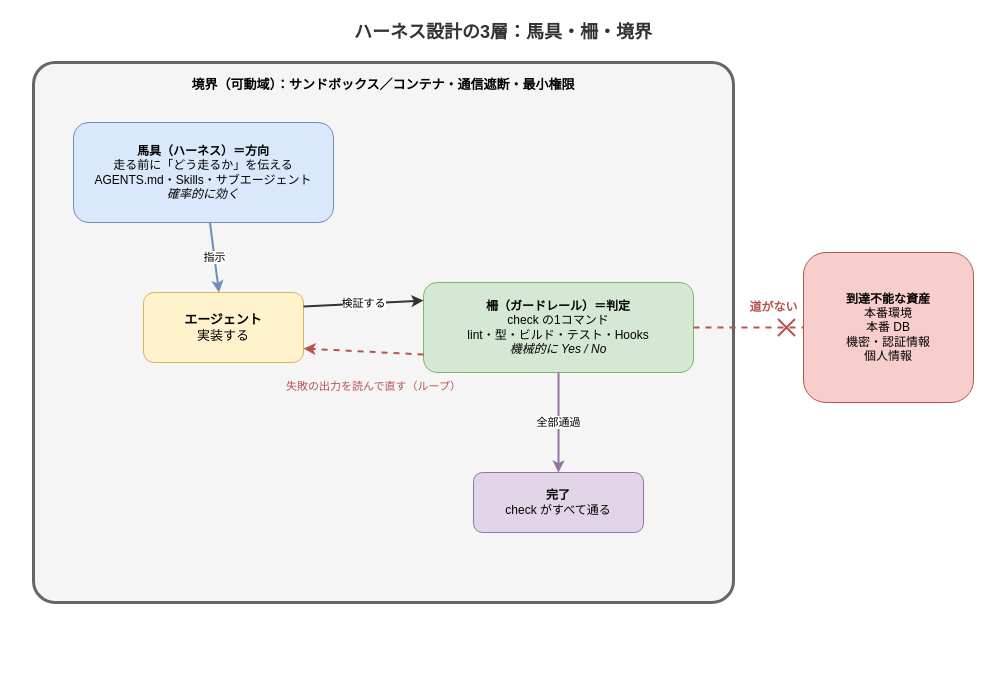
Before: static/images/harness-design-intro-three-layers.drawio in hdknr/blogs, a draw.io diagram. Source tidied: cells renumbered, new cells numbered last; positions are measured from the earlier drawing's top-left corner, leaving out a move shared by most shapes. Both pictures are drawn from the tidied source at 100%, with x=0, y=0 at pixel (33, 17).
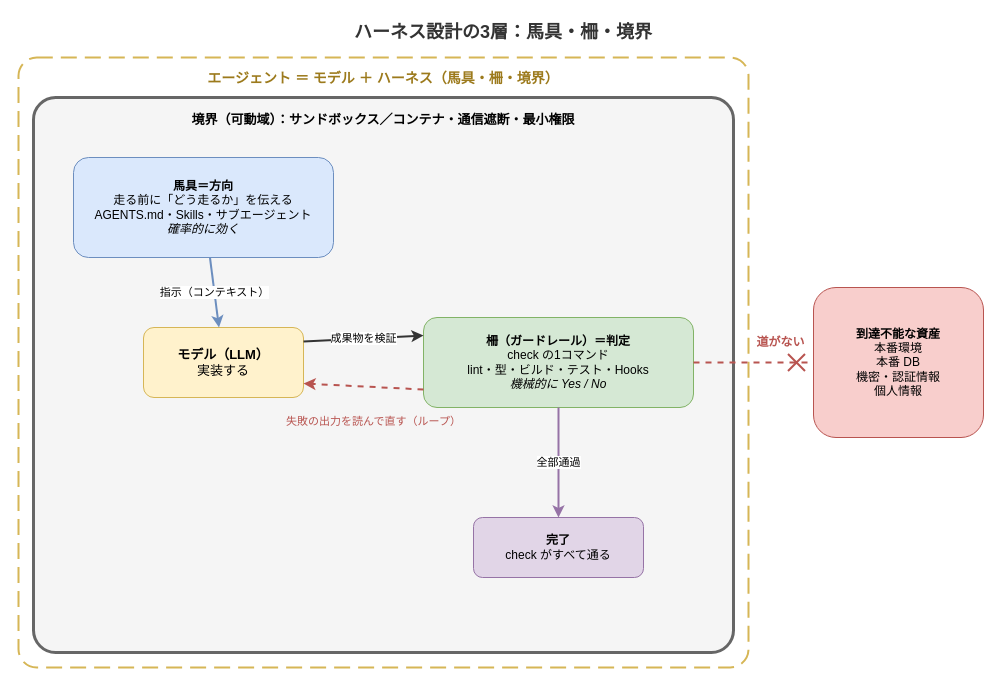
The same diagram, later.

Commit message (it also covers changes not shown here):
3層の図をエージェント＝モデル＋ハーネスに合わせて修正

What changed in the source:
```diff
@@
 <mxGraphModel>
   <root>
     <mxCell id="0" />
     <mxCell id="1" parent="0" />
     <mxCell id="2" value="ハーネス設計の3層：馬具・柵・境界" style="text;html=1;fontSize=18;fontStyle=1;align=center;verticalAlign=middle;whiteSpace=wrap;fontColor=#333333;" parent="1" vertex="1">
       <mxGeometry x="220" width="500" height="30" as="geometry" />
     </mxCell>
+    <mxCell id="16" value="エージェント ＝ モデル ＋ ハーネス（馬具・柵・境界）" style="rounded=1;whiteSpace=wrap;html=1;fillColor=none;strokeColor=#d6b656;strokeWidth=2;dashed=1;dashPattern=8 4;fontStyle=1;fontSize=14;fontColor=#9c7a1c;verticalAlign=top;spacingTop=6;arcSize=3;" parent="1" vertex="1">
+      <mxGeometry x="-15" y="40" width="730" height="610" as="geometry" />
+    </mxCell>
     <mxCell id="3" value="境界（可動域）：サンドボックス／コンテナ・通信遮断・最小権限" style="rounded=1;whiteSpace=wrap;html=1;fillColor=#f5f5f5;strokeColor=#666666;strokeWidth=3;fontStyle=1;fontSize=13;verticalAlign=top;spacingTop=8;arcSize=4;" parent="1" vertex="1">
-      <mxGeometry y="45" width="700" height="540" as="geometry" />
+      <mxGeometry y="80" width="700" height="555" as="geometry" />
     </mxCell>
-    <mxCell id="4" value="&lt;b&gt;馬具（ハーネス）＝方向&lt;/b&gt;&lt;br&gt;走る前に「どう走るか」を伝える&lt;br&gt;AGENTS.md・Skills・サブエージェント&lt;br&gt;&lt;i&gt;確率的に効く&lt;/i&gt;" style="rounded=1;whiteSpace=wrap;html=1;fillColor=#dae8fc;strokeColor=#6c8ebf;fontSize=12;" parent="1" vertex="1">
-      <mxGeometry x="40" y="105" width="260" height="100" as="geometry" />
+    <mxCell id="4" value="&lt;b&gt;馬具＝方向&lt;/b&gt;&lt;br&gt;走る前に「どう走るか」を伝える&lt;br&gt;AGENTS.md・Skills・サブエージェント&lt;br&gt;&lt;i&gt;確率的に効く&lt;/i&gt;" style="rounded=1;whiteSpace=wrap;html=1;fillColor=#dae8fc;strokeColor=#6c8ebf;fontSize=12;" parent="1" vertex="1">
+      <mxGeometry x="40" y="140" width="260" height="100" as="geometry" />
     </mxCell>
-    <mxCell id="5" value="&lt;b&gt;エージェント&lt;/b&gt;&lt;br&gt;実装する" style="rounded=1;whiteSpace=wrap;html=1;fillColor=#fff2cc;strokeColor=#d6b656;fontSize=13;" parent="1" vertex="1">
-      <mxGeometry x="110" y="275" width="160" height="70" as="geometry" />
-    </mxCell>
+    <mxCell id="17" value="&lt;b&gt;モデル（LLM）&lt;/b&gt;&lt;br&gt;実装する" style="rounded=1;whiteSpace=wrap;html=1;fillColor=#fff2cc;strokeColor=#d6b656;fontSize=13;" parent="1" vertex="1">
+      <mxGeometry x="110" y="310" width="160" height="70" as="geometry" />
+    </mxCell>
     <mxCell id="6" value="&lt;b&gt;柵（ガードレール）＝判定&lt;/b&gt;&lt;br&gt;check の1コマンド&lt;br&gt;lint・型・ビルド・テスト・Hooks&lt;br&gt;&lt;i&gt;機械的に Yes / No&lt;/i&gt;" style="rounded=1;whiteSpace=wrap;html=1;fillColor=#d5e8d4;strokeColor=#82b366;fontSize=12;" parent="1" vertex="1">
-      <mxGeometry x="390" y="265" width="270" height="90" as="geometry" />
+      <mxGeometry x="390" y="300" width="270" height="90" as="geometry" />
     </mxCell>
     <mxCell id="7" value="&lt;b&gt;完了&lt;/b&gt;&lt;br&gt;check がすべて通る" style="rounded=1;whiteSpace=wrap;html=1;fillColor=#e1d5e7;strokeColor=#9673a6;fontSize=12;" parent="1" vertex="1">
-      <mxGeometry x="440" y="455" width="170" height="60" as="geometry" />
+      <mxGeometry x="440" y="500" width="170" height="60" as="geometry" />
     </mxCell>
     <mxCell id="8" value="&lt;b&gt;到達不能な資産&lt;/b&gt;&lt;br&gt;本番環境&lt;br&gt;本番 DB&lt;br&gt;機密・認証情報&lt;br&gt;個人情報" style="rounded=1;whiteSpace=wrap;html=1;fillColor=#f8cecc;strokeColor=#b85450;fontSize=12;" parent="1" vertex="1">
-      <mxGeometry x="770" y="235" width="170" height="150" as="geometry" />
+      <mxGeometry x="780" y="270" width="170" height="150" as="geometry" />
     </mxCell>
     <mxCell id="9" value="道がない" style="text;html=1;fontSize=12;fontStyle=1;align=center;verticalAlign=middle;fontColor=#b85450;" parent="1" vertex="1">
-      <mxGeometry x="705" y="275" width="70" height="30" as="geometry" />
+      <mxGeometry x="712" y="310" width="70" height="30" as="geometry" />
     </mxCell>
-    <mxCell id="10" value="指示" style="endArrow=classic;html=1;strokeColor=#6c8ebf;strokeWidth=2;fontSize=11;" parent="1" edge="1" source="4" target="5">
-      <mxGeometry relative="1" as="geometry" />
-    </mxCell>
-    <mxCell id="11" value="検証する" style="endArrow=classic;html=1;strokeColor=#333333;strokeWidth=2;fontSize=11;exitX=1;exitY=0.2;entryX=0;entryY=0.2;" parent="1" edge="1" source="5" target="6">
-      <mxGeometry relative="1" as="geometry" />
-    </mxCell>
-    <mxCell id="12" style="endArrow=classic;html=1;strokeColor=#b85450;strokeWidth=2;dashed=1;fontSize=11;exitX=0;exitY=0.8;entryX=1;entryY=0.8;" parent="1" edge="1" source="6" target="5">
-      <mxGeometry relative="1" as="geometry" />
-    </mxCell>
+    <mxCell id="18" value="指示（コンテキスト）" style="endArrow=classic;html=1;strokeColor=#6c8ebf;strokeWidth=2;fontSize=11;" parent="1" edge="1" source="4" target="17">
+      <mxGeometry relative="1" as="geometry" />
+    </mxCell>
+    <mxCell id="19" value="成果物を検証" style="endArrow=classic;html=1;strokeColor=#333333;strokeWidth=2;fontSize=11;exitX=1;exitY=0.2;entryX=0;entryY=0.2;" parent="1" edge="1" source="17" target="6">
+      <mxGeometry relative="1" as="geometry" />
+    </mxCell>
+    <mxCell id="20" style="endArrow=classic;html=1;strokeColor=#b85450;strokeWidth=2;dashed=1;fontSize=11;exitX=0;exitY=0.8;entryX=1;entryY=0.8;" parent="1" edge="1" source="6" target="17">
+      <mxGeometry relative="1" as="geometry" />
+    </mxCell>
     <mxCell id="13" value="失敗の出力を読んで直す（ループ）" style="text;html=1;fontSize=11;align=center;verticalAlign=middle;fontColor=#b85450;" parent="1" vertex="1">
-      <mxGeometry x="240" y="357" width="200" height="24" as="geometry" />
+      <mxGeometry x="240" y="392" width="200" height="24" as="geometry" />
     </mxCell>
     <mxCell id="14" value="全部通過" style="endArrow=classic;html=1;strokeColor=#9673a6;strokeWidth=2;fontSize=11;" parent="1" edge="1" source="6" target="7">
       <mxGeometry relative="1" as="geometry" />
     </mxCell>
     <mxCell id="15" style="endArrow=cross;endFill=0;html=1;strokeColor=#b85450;strokeWidth=2;dashed=1;endSize=14;" parent="1" edge="1" source="6" target="8">
       <mxGeometry relative="1" as="geometry" />
     </mxCell>
   </root>
 </mxGraphModel>
```
